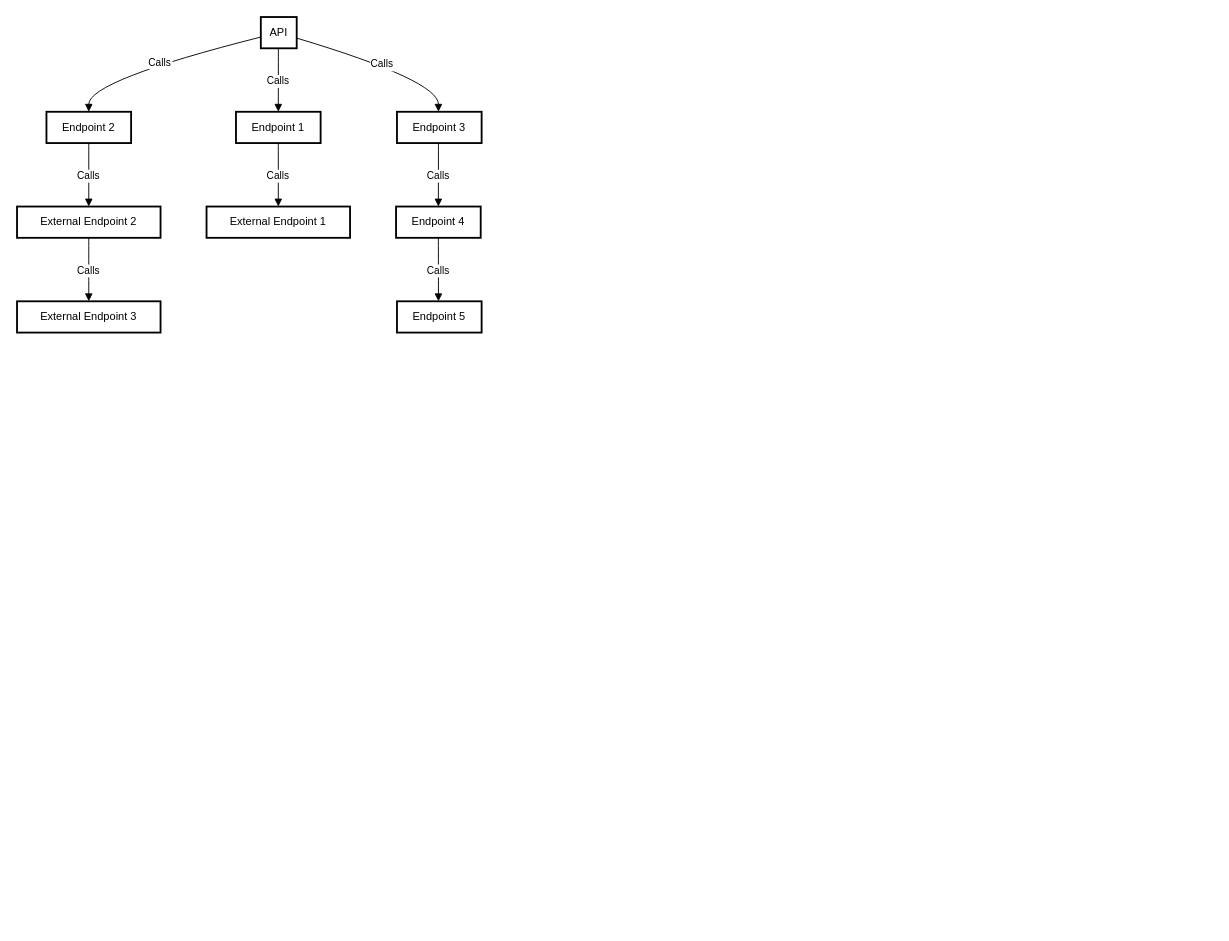
Above: CCIS.drawio in mattwatts36/drawings (draw.io), before the change. Source tidied: cells renumbered, new cells numbered last; positions are measured from the earlier drawing's top-left corner, leaving out a move shared by most shapes. Both pictures are drawn from the tidied source at 92%, with x=0, y=0 at pixel (17, 17).
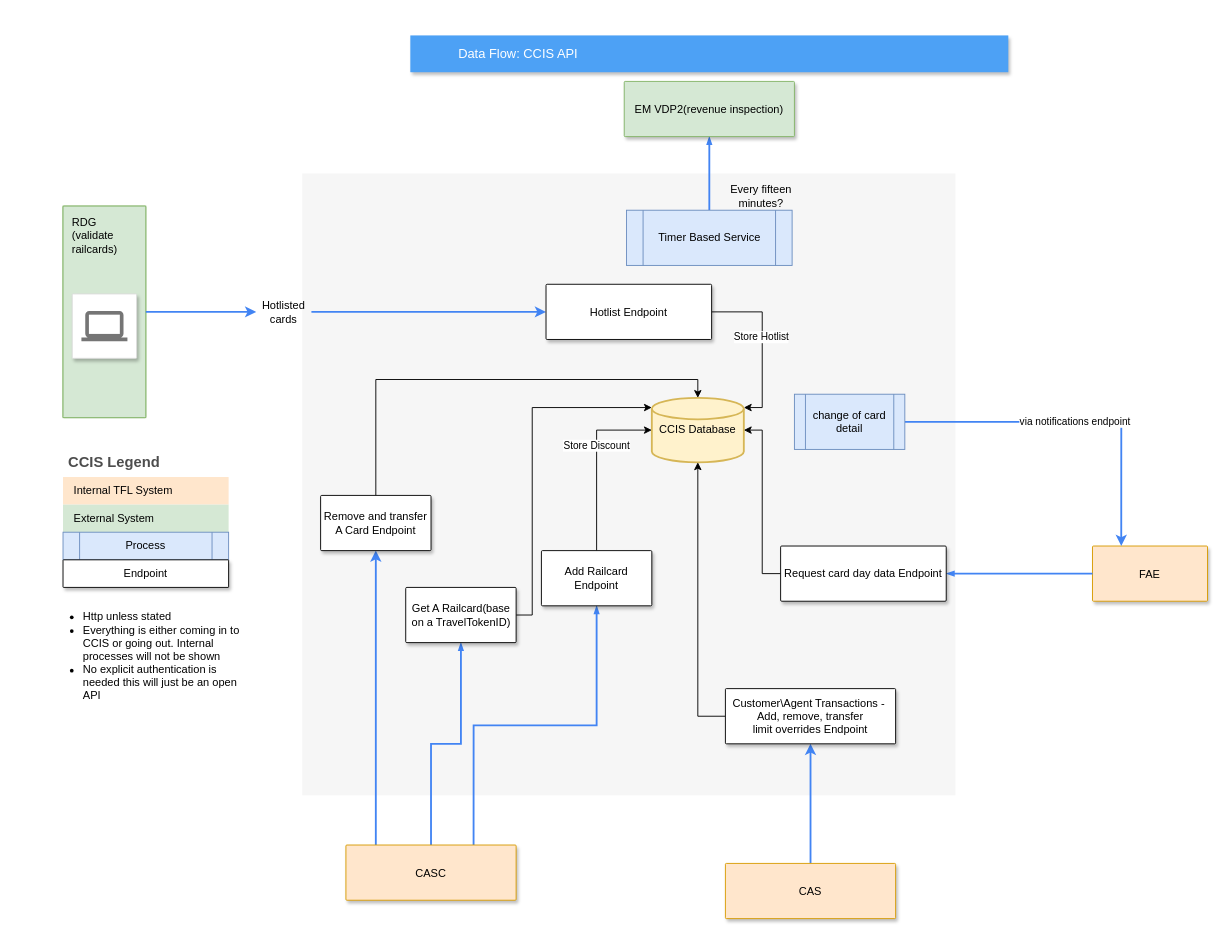
Above is the later version.

What changed in the source:
```diff
@@
-    <mxCell id="2" value="API" style="whiteSpace=wrap;strokeWidth=2;" parent="1" vertex="1">
-      <mxGeometry x="265" width="39" height="34" as="geometry" />
-    </mxCell>
-    <mxCell id="3" value="Endpoint 1" style="whiteSpace=wrap;strokeWidth=2;" parent="1" vertex="1">
-      <mxGeometry x="238" y="103" width="92" height="34" as="geometry" />
-    </mxCell>
-    <mxCell id="4" value="Endpoint 2" style="whiteSpace=wrap;strokeWidth=2;" parent="1" vertex="1">
-      <mxGeometry x="32" y="103" width="92" height="34" as="geometry" />
-    </mxCell>
-    <mxCell id="5" value="Endpoint 3" style="whiteSpace=wrap;strokeWidth=2;" parent="1" vertex="1">
-      <mxGeometry x="413" y="103" width="92" height="34" as="geometry" />
-    </mxCell>
-    <mxCell id="6" value="Endpoint 4" style="whiteSpace=wrap;strokeWidth=2;" parent="1" vertex="1">
-      <mxGeometry x="412" y="206" width="92" height="34" as="geometry" />
-    </mxCell>
-    <mxCell id="7" value="Endpoint 5" style="whiteSpace=wrap;strokeWidth=2;" parent="1" vertex="1">
-      <mxGeometry x="413" y="309" width="92" height="34" as="geometry" />
-    </mxCell>
-    <mxCell id="8" value="External Endpoint 1" style="whiteSpace=wrap;strokeWidth=2;" parent="1" vertex="1">
-      <mxGeometry x="206" y="206" width="156" height="34" as="geometry" />
-    </mxCell>
-    <mxCell id="9" value="External Endpoint 2" style="whiteSpace=wrap;strokeWidth=2;" parent="1" vertex="1">
-      <mxGeometry y="206" width="156" height="34" as="geometry" />
-    </mxCell>
-    <mxCell id="10" value="External Endpoint 3" style="whiteSpace=wrap;strokeWidth=2;" parent="1" vertex="1">
-      <mxGeometry y="309" width="156" height="34" as="geometry" />
-    </mxCell>
-    <mxCell id="11" value="Calls" style="curved=1;startArrow=none;endArrow=block;exitX=0.49;exitY=1;entryX=0.5;entryY=0;" parent="1" edge="1" source="2" target="3">
-      <mxGeometry relative="1" as="geometry" />
-    </mxCell>
-    <mxCell id="12" value="Calls" style="curved=1;startArrow=none;endArrow=block;exitX=0;exitY=0.64;entryX=0.5;entryY=0;" parent="1" edge="1" source="2" target="4">
-      <mxGeometry relative="1" as="geometry">
-        <Array as="points">
-          <mxPoint x="78" y="69" />
-        </Array>
-      </mxGeometry>
-    </mxCell>
-    <mxCell id="13" value="Calls" style="curved=1;startArrow=none;endArrow=block;exitX=0.99;exitY=0.67;entryX=0.49;entryY=0;" parent="1" edge="1" source="2" target="5">
-      <mxGeometry relative="1" as="geometry">
-        <Array as="points">
-          <mxPoint x="458" y="69" />
-        </Array>
-      </mxGeometry>
-    </mxCell>
-    <mxCell id="14" value="Calls" style="curved=1;startArrow=none;endArrow=block;exitX=0.49;exitY=1;entryX=0.5;entryY=0;" parent="1" edge="1" source="5" target="6">
-      <mxGeometry relative="1" as="geometry" />
-    </mxCell>
-    <mxCell id="15" value="Calls" style="curved=1;startArrow=none;endArrow=block;exitX=0.5;exitY=1;entryX=0.49;entryY=0;" parent="1" edge="1" source="6" target="7">
-      <mxGeometry relative="1" as="geometry" />
-    </mxCell>
-    <mxCell id="16" value="Calls" style="curved=1;startArrow=none;endArrow=block;exitX=0.5;exitY=1;entryX=0.5;entryY=0;" parent="1" edge="1" source="3" target="8">
-      <mxGeometry relative="1" as="geometry" />
-    </mxCell>
-    <mxCell id="17" value="Calls" style="curved=1;startArrow=none;endArrow=block;exitX=0.5;exitY=1;entryX=0.5;entryY=0;" parent="1" edge="1" source="4" target="9">
-      <mxGeometry relative="1" as="geometry" />
-    </mxCell>
-    <mxCell id="18" value="Calls" style="curved=1;startArrow=none;endArrow=block;exitX=0.5;exitY=1;entryX=0.5;entryY=0;" parent="1" edge="1" source="9" target="10">
-      <mxGeometry relative="1" as="geometry" />
-    </mxCell>
+    <mxCell id="19" style="fillColor=#F6F6F6;strokeColor=none;shadow=0;gradientColor=none;fontSize=14;align=left;spacing=10;fontColor=#717171;9E9E9E;verticalAlign=top;spacingTop=-4;fontStyle=0;spacingLeft=40;html=1;" parent="1" vertex="1">
+      <mxGeometry x="310" y="170" width="710" height="676" as="geometry" />
+    </mxCell>
+    <mxCell id="20" value="Data Flow: CCIS API" style="fillColor=#4DA1F5;strokeColor=none;shadow=1;gradientColor=none;fontSize=14;align=left;spacingLeft=50;fontColor=#ffffff;html=1;" parent="1" vertex="1">
+      <mxGeometry x="427.5" y="20" width="650" height="40" as="geometry" />
+    </mxCell>
+    <mxCell id="21" style="edgeStyle=orthogonalEdgeStyle;rounded=0;jettySize=auto;html=1;entryX=0.5;entryY=1;entryDx=0;entryDy=0;exitX=0.5;exitY=0;exitDx=0;exitDy=0;dashed=0;strokeColor=#4284F3;strokeWidth=2;align=left;verticalAlign=middle;fontFamily=Helvetica;fontSize=12;fontColor=#000000;labelBackgroundColor=none;elbow=vertical;startFill=1;startSize=4;endArrow=blockThin;endFill=1;endSize=4;" parent="1" edge="1" source="56" target="22">
+      <mxGeometry relative="1" as="geometry" />
+    </mxCell>
+    <mxCell id="22" value="EM VDP2(revenue inspection)" style="strokeColor=#82b366;shadow=1;strokeWidth=1;rounded=1;absoluteArcSize=1;arcSize=2;fillColor=#d5e8d4;" parent="1" vertex="1">
+      <mxGeometry x="660" y="70" width="185" height="60" as="geometry" />
+    </mxCell>
+    <mxCell id="23" style="edgeStyle=orthogonalEdgeStyle;rounded=0;jettySize=auto;html=1;entryX=0.5;entryY=1;entryDx=0;entryDy=0;strokeColor=#4284F3;dashed=0;strokeWidth=2;align=left;verticalAlign=middle;fontFamily=Helvetica;fontSize=12;fontColor=#000000;labelBackgroundColor=none;elbow=vertical;startFill=1;startSize=4;endArrow=blockThin;endFill=1;endSize=4;exitX=0.75;exitY=0;exitDx=0;exitDy=0;" parent="1" edge="1" source="27" target="58">
+      <mxGeometry relative="1" as="geometry" />
+    </mxCell>
+    <mxCell id="24" style="edgeStyle=orthogonalEdgeStyle;rounded=0;jettySize=auto;html=1;entryX=0.5;entryY=1;entryDx=0;entryDy=0;strokeWidth=2;strokeColor=#4284F3;" parent="1" edge="1" source="50" target="39">
+      <mxGeometry relative="1" as="geometry" />
+    </mxCell>
+    <mxCell id="25" style="edgeStyle=orthogonalEdgeStyle;rounded=0;jettySize=auto;html=1;strokeColor=#4284F3;strokeWidth=2;" parent="1" edge="1" source="27" target="52">
+      <mxGeometry relative="1" as="geometry">
+        <Array as="points">
+          <mxPoint x="390" y="820" />
+          <mxPoint x="390" y="820" />
+        </Array>
+      </mxGeometry>
+    </mxCell>
+    <mxCell id="26" style="edgeStyle=orthogonalEdgeStyle;rounded=0;jettySize=auto;html=1;entryX=0.5;entryY=1;entryDx=0;entryDy=0;strokeColor=#4284F3;dashed=0;strokeWidth=2;align=left;verticalAlign=middle;fontFamily=Helvetica;fontSize=12;fontColor=#000000;labelBackgroundColor=none;elbow=vertical;startFill=1;startSize=4;endArrow=blockThin;endFill=1;endSize=4;" parent="1" edge="1" source="27" target="64">
+      <mxGeometry relative="1" as="geometry" />
+    </mxCell>
+    <mxCell id="27" value="CASC" style="strokeColor=#d79b00;shadow=1;strokeWidth=1;rounded=1;absoluteArcSize=1;arcSize=2;fillColor=#ffe6cc;" parent="1" vertex="1">
+      <mxGeometry x="357.5" y="900" width="185" height="60" as="geometry" />
+    </mxCell>
+    <mxCell id="28" style="group;fillColor=#d5e8d4;strokeColor=#82b366;gradientColor=#97d077;" parent="1" vertex="1">
+      <mxGeometry x="50" y="205.5" width="90" height="230" as="geometry" />
+    </mxCell>
+    <mxCell id="29" value="RDG&lt;div&gt;(validate&amp;nbsp;&lt;/div&gt;&lt;div&gt;railcards)&lt;/div&gt;" style="rounded=1;absoluteArcSize=1;arcSize=2;html=1;strokeColor=#82b366;shadow=0;dashed=0;fontSize=12;align=left;verticalAlign=top;spacing=10;spacingTop=-4;fillColor=#d5e8d4;" parent="28" vertex="1">
+      <mxGeometry width="90" height="230" as="geometry" />
+    </mxCell>
+    <mxCell id="30" style="strokeColor=#dddddd;fillColor=#ffffff;shadow=1;strokeWidth=1;rounded=1;absoluteArcSize=1;arcSize=2;labelPosition=center;verticalLabelPosition=middle;align=center;verticalAlign=bottom;spacingLeft=0;fontColor=#999999;fontSize=12;whiteSpace=wrap;spacingBottom=2;html=1;" parent="28" vertex="1">
+      <mxGeometry x="10" y="95.5" width="70" height="70" as="geometry" />
+    </mxCell>
+    <mxCell id="31" style="dashed=0;html=1;fillColor=#757575;strokeColor=none;shape=mxgraph.gcp2.laptop;" parent="30" vertex="1">
+      <mxGeometry x="0.5" width="50" height="33" relative="1" as="geometry">
+        <mxPoint x="-25" y="18.5" as="offset" />
+      </mxGeometry>
+    </mxCell>
+    <mxCell id="32" value="FAE" style="strokeColor=#d79b00;shadow=1;strokeWidth=1;rounded=1;absoluteArcSize=1;arcSize=2;fillColor=#ffe6cc;" parent="1" vertex="1">
+      <mxGeometry x="1169" y="575" width="125" height="60" as="geometry" />
+    </mxCell>
+    <mxCell id="33" value="CCIS Database" style="strokeWidth=2;html=1;shape=mxgraph.flowchart.database;whiteSpace=wrap;fillColor=#fff2cc;strokeColor=#d6b656;" parent="1" vertex="1">
+      <mxGeometry x="690" y="414" width="100" height="70" as="geometry" />
+    </mxCell>
+    <mxCell id="34" style="edgeStyle=orthogonalEdgeStyle;rounded=0;jettySize=auto;html=1;entryX=0;entryY=0.5;entryDx=0;entryDy=0;entryPerimeter=0;exitX=0.5;exitY=0;exitDx=0;exitDy=0;" parent="1" edge="1" source="58" target="33">
+      <mxGeometry relative="1" as="geometry" />
+    </mxCell>
+    <mxCell id="35" value="Store Discount" style="edgeLabel;html=1;align=center;verticalAlign=middle;" parent="34" vertex="1">
+      <mxGeometry x="0.2" y="2" relative="1" as="geometry">
+        <mxPoint x="1" as="offset" />
+      </mxGeometry>
+    </mxCell>
+    <mxCell id="36" style="edgeStyle=orthogonalEdgeStyle;rounded=0;jettySize=auto;html=1;entryX=1;entryY=0.15;entryDx=0;entryDy=0;entryPerimeter=0;exitX=1;exitY=0.5;exitDx=0;exitDy=0;" parent="1" edge="1" source="61" target="33">
+      <mxGeometry relative="1" as="geometry" />
+    </mxCell>
+    <mxCell id="37" value="Store Hotlist" style="edgeLabel;html=1;align=center;verticalAlign=middle;" parent="36" vertex="1">
+      <mxGeometry x="-0.08" y="-2" relative="1" as="geometry" />
+    </mxCell>
+    <mxCell id="38" style="edgeStyle=orthogonalEdgeStyle;rounded=0;jettySize=auto;html=1;exitX=0;exitY=0.5;exitDx=0;exitDy=0;entryX=0.5;entryY=1;entryDx=0;entryDy=0;entryPerimeter=0;" parent="1" edge="1" source="39" target="33">
+      <mxGeometry relative="1" as="geometry" />
+    </mxCell>
+    <mxCell id="39" value="Customer\Agent Transactions - &#10;Add, remove, transfer&#10;limit overrides Endpoint" style="shadow=1;strokeWidth=1;rounded=1;absoluteArcSize=1;arcSize=2;" parent="1" vertex="1">
+      <mxGeometry x="770" y="730" width="185" height="60" as="geometry" />
+    </mxCell>
+    <mxCell id="40" style="edgeStyle=orthogonalEdgeStyle;rounded=0;jettySize=auto;html=1;entryX=0;entryY=0.5;entryDx=0;entryDy=0;strokeWidth=2;strokeColor=#4284F3;exitX=1;exitY=0.5;exitDx=0;exitDy=0;" parent="1" edge="1" source="42" target="61">
+      <mxGeometry relative="1" as="geometry" />
+    </mxCell>
+    <mxCell id="41" style="edgeStyle=orthogonalEdgeStyle;rounded=0;jettySize=auto;html=1;entryX=0;entryY=0.5;entryDx=0;entryDy=0;strokeWidth=2;strokeColor=#4284F3;exitX=1;exitY=0.5;exitDx=0;exitDy=0;" parent="1" edge="1" source="29" target="42">
+      <mxGeometry relative="1" as="geometry" />
+    </mxCell>
+    <mxCell id="42" value="Hotlisted cards" style="text;html=1;align=center;verticalAlign=middle;whiteSpace=wrap;rounded=0;" parent="1" vertex="1">
+      <mxGeometry x="260" y="305.5" width="60" height="30" as="geometry" />
+    </mxCell>
+    <mxCell id="43" value="Every fifteen minutes?" style="text;html=1;align=center;verticalAlign=middle;whiteSpace=wrap;rounded=0;" parent="1" vertex="1">
+      <mxGeometry x="760" y="180" width="98" height="30" as="geometry" />
+    </mxCell>
+    <mxCell id="44" style="edgeStyle=orthogonalEdgeStyle;rounded=0;jettySize=auto;html=1;entryX=1;entryY=0.5;entryDx=0;entryDy=0;dashed=0;strokeColor=#4284F3;strokeWidth=2;align=left;verticalAlign=middle;fontFamily=Helvetica;fontSize=12;fontColor=#000000;labelBackgroundColor=none;elbow=vertical;startFill=1;startSize=4;endArrow=blockThin;endFill=1;endSize=4;exitX=0;exitY=0.5;exitDx=0;exitDy=0;" parent="1" edge="1" source="32" target="60">
+      <mxGeometry relative="1" as="geometry" />
+    </mxCell>
+    <mxCell id="45" value="CCIS Legend" style="shape=table;startSize=30;childLayout=tableLayout;fontSize=16;align=left;verticalAlign=top;fillColor=none;strokeColor=none;fontColor=#4D4D4D;fontStyle=1;spacingLeft=6;spacing=0;" parent="1" vertex="1">
+      <mxGeometry x="50" y="470" width="180" height="90" as="geometry" />
+    </mxCell>
+    <mxCell id="46" style="shape=tableRow;horizontal=0;startSize=0;swimlaneHead=0;swimlaneBody=0;strokeColor=inherit;top=0;left=0;bottom=0;right=0;fillColor=none;fontSize=12;" parent="45" vertex="1">
+      <mxGeometry y="30" width="180" height="30" as="geometry" />
+    </mxCell>
+    <mxCell id="47" value="Internal TFL System" style="shape=partialRectangle;html=1;whiteSpace=wrap;strokeColor=#d79b00;overflow=hidden;fillColor=#ffe6cc;top=0;left=0;bottom=0;right=0;fontSize=12;align=left;spacingLeft=10;spacingRight=4;" parent="46" vertex="1">
+      <mxGeometry width="180" height="30" as="geometry" />
+    </mxCell>
+    <mxCell id="48" style="shape=tableRow;horizontal=0;startSize=0;swimlaneHead=0;swimlaneBody=0;strokeColor=inherit;top=0;left=0;bottom=0;right=0;fillColor=none;fontSize=12;" parent="45" vertex="1">
+      <mxGeometry y="60" width="180" height="30" as="geometry" />
+    </mxCell>
+    <mxCell id="49" value="External System" style="shape=partialRectangle;html=1;whiteSpace=wrap;strokeColor=#82b366;overflow=hidden;fillColor=#d5e8d4;top=0;left=0;bottom=0;right=0;fontSize=12;align=left;spacingLeft=10;spacingRight=4;" parent="48" vertex="1">
+      <mxGeometry width="180" height="30" as="geometry" />
+    </mxCell>
+    <mxCell id="50" value="CAS" style="strokeColor=#d79b00;shadow=1;strokeWidth=1;rounded=1;absoluteArcSize=1;arcSize=2;fillColor=#ffe6cc;" parent="1" vertex="1">
+      <mxGeometry x="770" y="920" width="185" height="60" as="geometry" />
+    </mxCell>
+    <mxCell id="51" style="edgeStyle=orthogonalEdgeStyle;rounded=0;jettySize=auto;html=1;exitX=0.5;exitY=0;exitDx=0;exitDy=0;entryX=0.5;entryY=0;entryDx=0;entryDy=0;entryPerimeter=0;" parent="1" edge="1" source="52" target="33">
+      <mxGeometry relative="1" as="geometry" />
+    </mxCell>
+    <mxCell id="52" value="Remove and transfer A Card Endpoint" style="whiteSpace=wrap;html=1;shadow=1;strokeWidth=1;rounded=1;arcSize=2;" parent="1" vertex="1">
+      <mxGeometry x="330" y="520" width="120" height="60" as="geometry" />
+    </mxCell>
+    <mxCell id="53" value="via notifications endpoint" style="edgeStyle=orthogonalEdgeStyle;rounded=0;jettySize=auto;html=1;entryX=0.25;entryY=0;entryDx=0;entryDy=0;strokeWidth=2;strokeColor=#4284F3;" parent="1" edge="1" source="54" target="32">
+      <mxGeometry relative="1" as="geometry" />
+    </mxCell>
+    <mxCell id="54" value="change of card detail" style="shape=process;whiteSpace=wrap;html=1;backgroundOutline=1;fillColor=#dae8fc;strokeColor=#6c8ebf;" parent="1" vertex="1">
+      <mxGeometry x="845" y="410" width="120" height="60" as="geometry" />
+    </mxCell>
+    <mxCell id="55" value="Process" style="shape=process;whiteSpace=wrap;html=1;backgroundOutline=1;fillColor=#dae8fc;strokeColor=#6c8ebf;" parent="1" vertex="1">
+      <mxGeometry x="50" y="560" width="180" height="30" as="geometry" />
+    </mxCell>
+    <mxCell id="56" value="Timer Based Service" style="shape=process;whiteSpace=wrap;html=1;backgroundOutline=1;fillColor=#dae8fc;strokeColor=#6c8ebf;" parent="1" vertex="1">
+      <mxGeometry x="662.5" y="210" width="180" height="60" as="geometry" />
+    </mxCell>
+    <mxCell id="57" value="Endpoint" style="whiteSpace=wrap;html=1;shadow=1;strokeWidth=1;rounded=1;arcSize=2;" parent="1" vertex="1">
+      <mxGeometry x="50" y="590" width="180" height="30" as="geometry" />
+    </mxCell>
+    <mxCell id="58" value="Add Railcard Endpoint" style="whiteSpace=wrap;html=1;shadow=1;strokeWidth=1;rounded=1;arcSize=2;" parent="1" vertex="1">
+      <mxGeometry x="570" y="580" width="120" height="60" as="geometry" />
+    </mxCell>
+    <mxCell id="59" style="edgeStyle=orthogonalEdgeStyle;rounded=0;jettySize=auto;html=1;exitX=0;exitY=0.5;exitDx=0;exitDy=0;entryX=1;entryY=0.5;entryDx=0;entryDy=0;entryPerimeter=0;" parent="1" edge="1" source="60" target="33">
+      <mxGeometry relative="1" as="geometry" />
+    </mxCell>
+    <mxCell id="60" value="&lt;span style=&quot;text-wrap: nowrap;&quot;&gt;Request card day data Endpoint&lt;/span&gt;" style="whiteSpace=wrap;html=1;shadow=1;strokeWidth=1;rounded=1;arcSize=2;" parent="1" vertex="1">
+      <mxGeometry x="830" y="575" width="180" height="60" as="geometry" />
+    </mxCell>
+    <mxCell id="61" value="Hotlist Endpoint" style="whiteSpace=wrap;html=1;shadow=1;strokeWidth=1;rounded=1;arcSize=2;" parent="1" vertex="1">
+      <mxGeometry x="575" y="290.5" width="180" height="60" as="geometry" />
+    </mxCell>
+    <mxCell id="62" value="&lt;ul&gt;&lt;li&gt;Http unless stated&lt;/li&gt;&lt;li&gt;Everything is either coming in to CCIS or going out. Internal processes will not be shown&lt;/li&gt;&lt;li&gt;No explicit authentication is needed this will just be an open API&lt;/li&gt;&lt;/ul&gt;" style="text;strokeColor=none;fillColor=none;html=1;whiteSpace=wrap;verticalAlign=middle;overflow=hidden;" parent="1" vertex="1">
+      <mxGeometry x="30" y="630" width="220" height="130" as="geometry" />
+    </mxCell>
+    <mxCell id="63" style="edgeStyle=orthogonalEdgeStyle;rounded=0;jettySize=auto;html=1;entryX=0;entryY=0.15;entryDx=0;entryDy=0;entryPerimeter=0;" parent="1" edge="1" source="64" target="33">
+      <mxGeometry relative="1" as="geometry">
+        <Array as="points">
+          <mxPoint x="560" y="650" />
+          <mxPoint x="560" y="425" />
+        </Array>
+      </mxGeometry>
+    </mxCell>
+    <mxCell id="64" value="Get A Railcard(base on a TravelTokenID)" style="whiteSpace=wrap;html=1;shadow=1;strokeWidth=1;rounded=1;arcSize=2;" parent="1" vertex="1">
+      <mxGeometry x="422.5" y="620" width="120" height="60" as="geometry" />
+    </mxCell>
```
